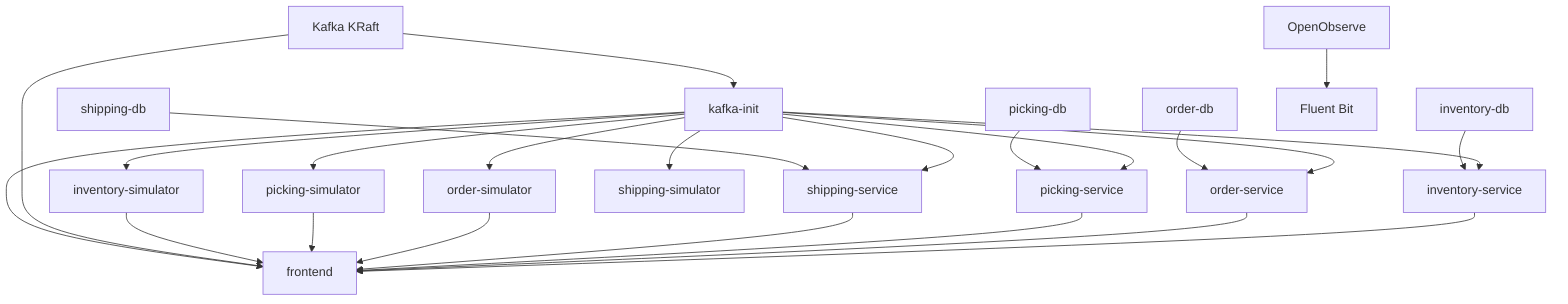
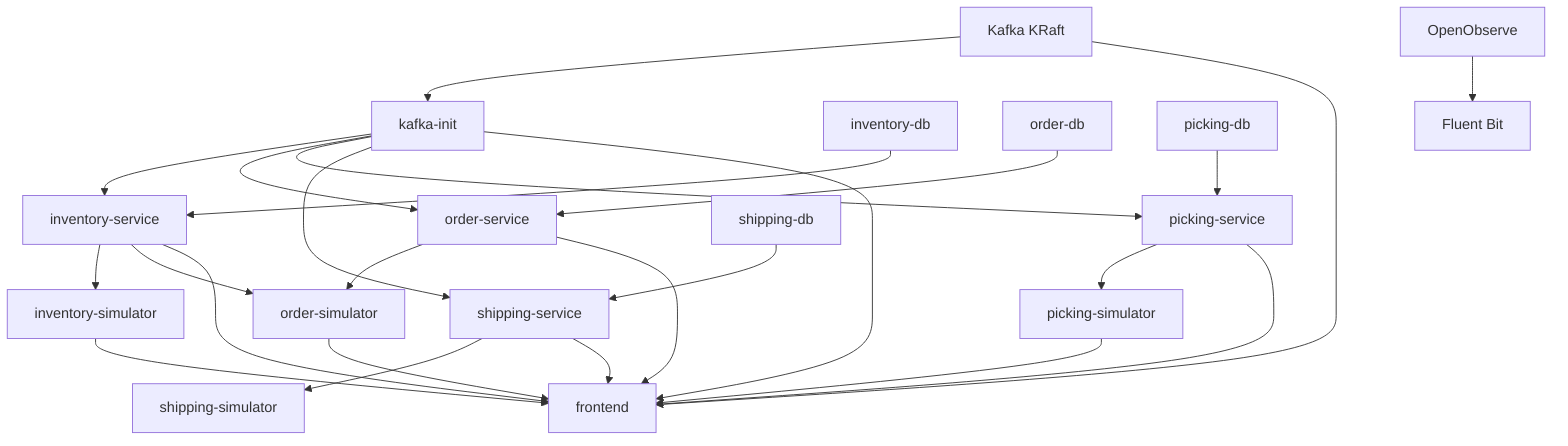
graph TD
    KAFKA[Kafka KRaft] --> KINIT[kafka-init]
    KINIT --> INV[inventory-service]
    KINIT --> ORD[order-service]
    KINIT --> PICK[picking-service]
    KINIT --> SHIP[shipping-service]
-     KINIT --> INVSIM[inventory-simulator]
-     KINIT --> SHIPSIM[shipping-simulator]
-     KINIT --> ORDSIM[order-simulator]
-     KINIT --> PICKSIM[picking-simulator]
+     INV --> INVSIM[inventory-simulator]
+     SHIP --> SHIPSIM[shipping-simulator]
+     INV --> ORDSIM[order-simulator]
+     ORD --> ORDSIM
+     PICK --> PICKSIM[picking-simulator]

    INVDB[inventory-db] --> INV
    ORDDB[order-db] --> ORD
    PICKDB[picking-db] --> PICK
    SHIPDB[shipping-db] --> SHIP

    INV --> FE[frontend]
    ORD --> FE
    PICK --> FE
    SHIP --> FE
    ORDSIM --> FE
    PICKSIM --> FE
    INVSIM --> FE
    KAFKA --> FE
    KINIT --> FE

    OO[OpenObserve] --> FB[Fluent Bit]
